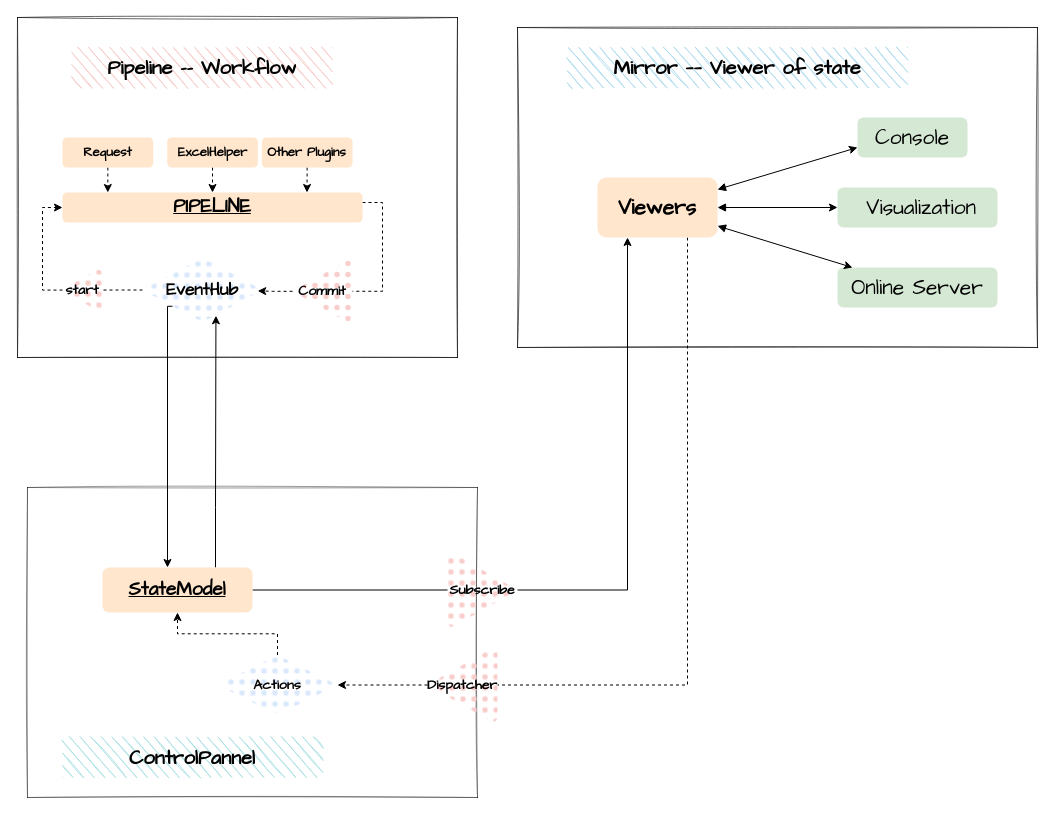
Before: jspider.drawio in KonghaYao/jspider, a draw.io diagram. Source tidied: cells renumbered, new cells numbered last; positions are measured from the earlier drawing's top-left corner, leaving out a move shared by most shapes. Both pictures are drawn from the tidied source at 100%, with x=0, y=0 at pixel (17, 17).
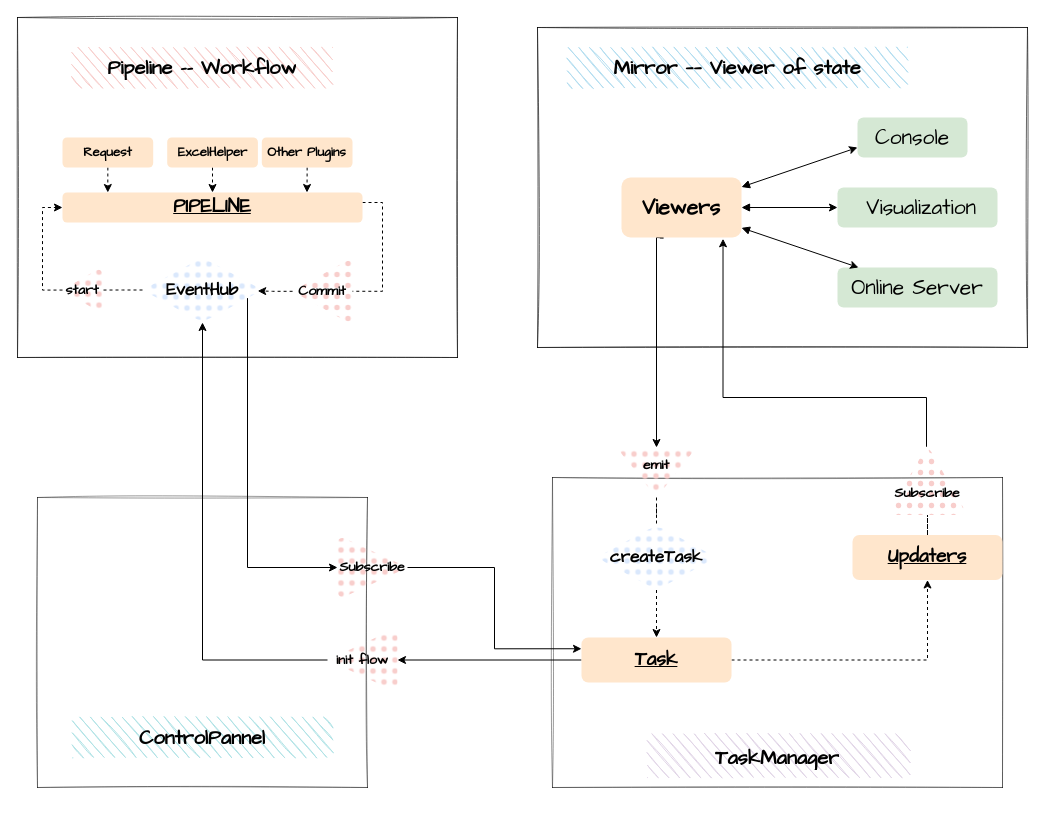
Above is the later version.

The change refers to these unchanged cells:
```xml
<mxCell id="23" value="EventHub" style="rhombus;whiteSpace=wrap;html=1;fillColor=#dae8fc;rounded=1;fontFamily=Comic Sans MS;fontSize=17;fontStyle=1;strokeWidth=1;sketch=0;fillWeight=2;hachureGap=8;fillStyle=dots;strokeColor=none;" parent="1" vertex="1">
  <mxGeometry x="125" y="240" width="120" height="65" as="geometry" />
</mxCell>
```

Diff of the diagram source:
```diff
@@
+    <mxCell id="42" style="rounded=0;whiteSpace=wrap;html=1;labelBackgroundColor=none;sketch=1;fontSize=13;strokeWidth=1;align=center;verticalAlign=middle;opacity=40;perimeterSpacing=1;fillColor=none;" parent="1" vertex="1">
+      <mxGeometry x="535" y="460" width="450" height="310" as="geometry" />
+    </mxCell>
     <mxCell id="2" style="rounded=0;whiteSpace=wrap;html=1;labelBackgroundColor=none;sketch=1;fontSize=13;strokeWidth=1;align=center;verticalAlign=middle;opacity=40;perimeterSpacing=1;fillColor=none;" parent="1" vertex="1">
-      <mxGeometry x="10" y="470" width="450" height="310" as="geometry" />
+      <mxGeometry x="20" y="480" width="330" height="290" as="geometry" />
     </mxCell>
     <mxCell id="3" style="rounded=0;whiteSpace=wrap;html=1;strokeWidth=1;sketch=1;fontSize=13;opacity=60;perimeterSpacing=1;fillColor=none;" parent="1" vertex="1">
-      <mxGeometry x="500" y="10" width="520" height="320" as="geometry" />
+      <mxGeometry x="520" y="10" width="490" height="320" as="geometry" />
     </mxCell>
@@
-    <mxCell id="10" style="edgeStyle=orthogonalEdgeStyle;rounded=0;sketch=0;jettySize=auto;html=1;entryX=0;entryY=0.5;entryDx=0;entryDy=0;dashed=1;startArrow=none;startFill=0;endArrow=none;endFill=0;endSize=6;strokeColor=#000000;strokeWidth=1;" parent="1" edge="1" source="11" target="20">
-      <mxGeometry relative="1" as="geometry">
-        <Array as="points">
-          <mxPoint x="670" y="668" />
-        </Array>
-      </mxGeometry>
-    </mxCell>
+    <mxCell id="43" style="edgeStyle=orthogonalEdgeStyle;rounded=0;jettySize=auto;html=1;entryX=0;entryY=0.5;entryDx=0;entryDy=0;exitX=0.32;exitY=1.007;exitDx=0;exitDy=0;exitPerimeter=0;" parent="1" edge="1" source="11" target="50">
+      <mxGeometry relative="1" as="geometry">
+        <Array as="points">
+          <mxPoint x="646" y="220" />
+          <mxPoint x="639" y="220" />
+        </Array>
+      </mxGeometry>
+    </mxCell>
     <mxCell id="11" value="Viewers" style="whiteSpace=wrap;html=1;strokeWidth=2;fillWeight=4;hachureGap=8;hachureAngle=45;fillColor=#ffe6cc;fontFamily=Comic Sans MS;fontSize=21;sketch=0;rounded=1;fontStyle=1;strokeColor=none;" parent="1" vertex="1">
-      <mxGeometry x="580" y="160" width="120" height="60" as="geometry" />
+      <mxGeometry x="604" y="160" width="120" height="60" as="geometry" />
     </mxCell>
@@
-    <mxCell id="13" style="edgeStyle=orthogonalEdgeStyle;rounded=0;sketch=0;jettySize=auto;html=1;entryX=1;entryY=0.5;entryDx=0;entryDy=0;dashed=1;startArrow=none;startFill=0;endArrow=classic;endFill=1;endSize=6;strokeColor=#000000;strokeWidth=1;exitX=1;exitY=0.5;exitDx=0;exitDy=0;" parent="1" edge="1" source="20" target="16">
-      <mxGeometry relative="1" as="geometry" />
-    </mxCell>
-    <mxCell id="14" style="edgeStyle=orthogonalEdgeStyle;rounded=0;jettySize=auto;html=1;entryX=0;entryY=0.5;entryDx=0;entryDy=0;endArrow=none;endFill=0;endSize=6;strokeWidth=1;exitX=1;exitY=0.5;exitDx=0;exitDy=0;" parent="1" edge="1" source="34" target="19">
-      <mxGeometry relative="1" as="geometry" />
-    </mxCell>
-    <mxCell id="15" style="edgeStyle=orthogonalEdgeStyle;rounded=0;sketch=0;jettySize=auto;html=1;entryX=0.5;entryY=1;entryDx=0;entryDy=0;dashed=1;startArrow=none;startFill=0;endArrow=classic;endFill=1;endSize=6;strokeColor=#000000;strokeWidth=1;" parent="1" edge="1" source="16" target="34">
-      <mxGeometry relative="1" as="geometry" />
-    </mxCell>
-    <mxCell id="16" value="Actions" style="rhombus;whiteSpace=wrap;html=1;fillColor=#dae8fc;rounded=1;fontFamily=Comic Sans MS;fontSize=14;fontStyle=1;strokeWidth=1;sketch=0;fillWeight=2;hachureGap=8;fillStyle=dots;strokeColor=none;" parent="1" vertex="1">
-      <mxGeometry x="200" y="637.5" width="120" height="60" as="geometry" />
-    </mxCell>
     <mxCell id="17" value="ControlPannel" style="text;html=1;align=center;verticalAlign=middle;whiteSpace=wrap;overflow=hidden;rounded=0;sketch=1;fontFamily=Comic Sans MS;fontSize=20;fontStyle=1;fillColor=#b0e3e6;strokeWidth=2;perimeterSpacing=1;direction=east;hachureAngle=41;" parent="1" vertex="1">
-      <mxGeometry x="45" y="720" width="260" height="40" as="geometry" />
+      <mxGeometry x="55" y="700" width="260" height="40" as="geometry" />
     </mxCell>
-    <mxCell id="18" style="edgeStyle=orthogonalEdgeStyle;rounded=0;jettySize=auto;html=1;entryX=0.25;entryY=1;entryDx=0;entryDy=0;fontSize=13;endArrow=classic;endFill=1;endSize=6;strokeWidth=1;" parent="1" edge="1" source="19" target="11">
-      <mxGeometry relative="1" as="geometry" />
+    <mxCell id="18" style="edgeStyle=orthogonalEdgeStyle;rounded=0;jettySize=auto;html=1;entryX=0.846;entryY=1.021;entryDx=0;entryDy=0;entryPerimeter=0;" parent="1" edge="1" source="19" target="11">
+      <mxGeometry relative="1" as="geometry">
+        <Array as="points">
+          <mxPoint x="909" y="380" />
+          <mxPoint x="706" y="380" />
+        </Array>
+      </mxGeometry>
     </mxCell>
-    <mxCell id="19" value="Subscribe" style="triangle;whiteSpace=wrap;html=1;sketch=0;strokeWidth=1;fillColor=#f8cecc;rounded=1;fontFamily=Comic Sans MS;fontSize=14;fontStyle=1;fillWeight=2;hachureGap=8;fillStyle=dots;strokeColor=none;" parent="1" vertex="1">
-      <mxGeometry x="430" y="532.5" width="70" height="80" as="geometry" />
+    <mxCell id="19" value="Subscribe" style="triangle;whiteSpace=wrap;html=1;sketch=0;strokeWidth=1;fillColor=#f8cecc;rounded=1;fontFamily=Comic Sans MS;fontSize=14;fontStyle=1;fillWeight=2;hachureGap=8;fillStyle=dots;strokeColor=none;direction=north;spacingTop=26;" parent="1" vertex="1">
+      <mxGeometry x="870" y="427.5" width="80" height="70" as="geometry" />
     </mxCell>
-    <mxCell id="20" value="Dispatcher" style="triangle;whiteSpace=wrap;html=1;sketch=0;strokeWidth=1;fillColor=#f8cecc;rounded=1;fontFamily=Comic Sans MS;fontSize=14;fontStyle=1;fillWeight=2;hachureGap=8;fillStyle=dots;strokeColor=none;direction=west;" parent="1" vertex="1">
-      <mxGeometry x="410" y="627.5" width="70" height="80" as="geometry" />
-    </mxCell>
@@
-    <mxCell id="22" style="edgeStyle=orthogonalEdgeStyle;rounded=0;jettySize=auto;html=1;exitX=0;exitY=1;exitDx=0;exitDy=0;fontSize=17;endArrow=classic;endFill=1;endSize=6;strokeWidth=1;" parent="1" edge="1" source="23" target="34">
-      <mxGeometry relative="1" as="geometry">
-        <Array as="points">
-          <mxPoint x="150" y="289" />
-        </Array>
-      </mxGeometry>
-    </mxCell>
+    <mxCell id="44" style="edgeStyle=orthogonalEdgeStyle;rounded=0;sketch=0;jettySize=auto;html=1;entryX=0;entryY=0.5;entryDx=0;entryDy=0;shadow=0;startArrow=none;startFill=0;endArrow=classic;endFill=1;" parent="1" edge="1" source="23" target="52">
+      <mxGeometry relative="1" as="geometry">
+        <Array as="points">
+          <mxPoint x="230" y="550" />
+        </Array>
+      </mxGeometry>
+    </mxCell>
@@
-    <mxCell id="33" style="edgeStyle=orthogonalEdgeStyle;rounded=0;jettySize=auto;html=1;entryX=0.612;entryY=0.896;entryDx=0;entryDy=0;entryPerimeter=0;fontSize=17;endArrow=classic;endFill=1;endSize=6;strokeWidth=1;" parent="1" edge="1" source="34" target="23">
-      <mxGeometry relative="1" as="geometry">
-        <Array as="points">
-          <mxPoint x="198" y="490" />
-          <mxPoint x="198" y="490" />
-        </Array>
-      </mxGeometry>
-    </mxCell>
+    <mxCell id="14" style="edgeStyle=orthogonalEdgeStyle;rounded=0;jettySize=auto;html=1;entryX=0;entryY=0.5;entryDx=0;entryDy=0;endArrow=none;endFill=0;dashed=1;" parent="1" edge="1" source="34" target="19">
+      <mxGeometry relative="1" as="geometry" />
+    </mxCell>
-    <mxCell id="34" value="StateModel" style="whiteSpace=wrap;html=1;strokeWidth=1;fillWeight=4;hachureGap=8;hachureAngle=45;fillColor=#ffe6cc;fontFamily=Comic Sans MS;fontSize=19;sketch=0;rounded=1;fontStyle=5;strokeColor=none;align=center;" parent="1" vertex="1">
-      <mxGeometry x="85" y="550" width="150" height="45" as="geometry" />
+    <mxCell id="34" value="Updaters" style="whiteSpace=wrap;html=1;strokeWidth=1;fillWeight=4;hachureGap=8;hachureAngle=45;fillColor=#ffe6cc;fontFamily=Comic Sans MS;fontSize=19;sketch=0;rounded=1;fontStyle=5;strokeColor=none;align=center;" parent="1" vertex="1">
+      <mxGeometry x="835" y="517.5" width="150" height="45" as="geometry" />
     </mxCell>
+    <mxCell id="45" value="TaskManager" style="text;html=1;align=center;verticalAlign=middle;whiteSpace=wrap;overflow=hidden;rounded=0;sketch=1;fontFamily=Comic Sans MS;fontSize=20;fontStyle=1;fillColor=#e1d5e7;strokeWidth=2;perimeterSpacing=1;direction=east;hachureAngle=41;" parent="1" vertex="1">
+      <mxGeometry x="630" y="720" width="260" height="40" as="geometry" />
+    </mxCell>
+    <mxCell id="46" style="edgeStyle=orthogonalEdgeStyle;rounded=0;jettySize=auto;html=1;dashed=1;" parent="1" edge="1" source="48" target="34">
+      <mxGeometry relative="1" as="geometry" />
+    </mxCell>
+    <mxCell id="47" style="edgeStyle=orthogonalEdgeStyle;rounded=0;sketch=0;jettySize=auto;html=1;entryX=0;entryY=0.5;entryDx=0;entryDy=0;shadow=0;startArrow=none;startFill=0;endArrow=classic;endFill=1;" parent="1" edge="1" source="48" target="54">
+      <mxGeometry relative="1" as="geometry" />
+    </mxCell>
+    <mxCell id="48" value="Task" style="whiteSpace=wrap;html=1;strokeWidth=1;fillWeight=4;hachureGap=8;hachureAngle=45;fillColor=#ffe6cc;fontFamily=Comic Sans MS;fontSize=19;sketch=0;rounded=1;fontStyle=5;strokeColor=none;align=center;" parent="1" vertex="1">
+      <mxGeometry x="564" y="620" width="150" height="45" as="geometry" />
+    </mxCell>
+    <mxCell id="49" style="edgeStyle=orthogonalEdgeStyle;rounded=0;jettySize=auto;html=1;endArrow=none;endFill=0;dashed=1;" parent="1" edge="1" source="50" target="56">
+      <mxGeometry relative="1" as="geometry" />
+    </mxCell>
+    <mxCell id="50" value="emit" style="triangle;whiteSpace=wrap;html=1;sketch=0;strokeWidth=1;fillColor=#f8cecc;rounded=1;fontFamily=Comic Sans MS;fontSize=14;fontStyle=1;fillWeight=2;hachureGap=8;fillStyle=dots;strokeColor=none;direction=south;spacingBottom=14;" parent="1" vertex="1">
+      <mxGeometry x="599" y="430" width="80" height="50" as="geometry" />
+    </mxCell>
+    <mxCell id="51" style="edgeStyle=orthogonalEdgeStyle;rounded=0;sketch=0;jettySize=auto;html=1;entryX=0;entryY=0.25;entryDx=0;entryDy=0;shadow=0;startArrow=none;startFill=0;endArrow=classic;endFill=1;" parent="1" edge="1" source="52" target="48">
+      <mxGeometry relative="1" as="geometry" />
+    </mxCell>
+    <mxCell id="52" value="Subscribe" style="triangle;whiteSpace=wrap;html=1;sketch=0;strokeWidth=1;fillColor=#f8cecc;rounded=1;fontFamily=Comic Sans MS;fontSize=14;fontStyle=1;fillWeight=2;hachureGap=8;fillStyle=dots;strokeColor=none;direction=east;" parent="1" vertex="1">
+      <mxGeometry x="320" y="517.5" width="70" height="65" as="geometry" />
+    </mxCell>
+    <mxCell id="53" style="edgeStyle=orthogonalEdgeStyle;rounded=0;sketch=0;jettySize=auto;html=1;entryX=0.5;entryY=1;entryDx=0;entryDy=0;shadow=0;startArrow=none;startFill=0;endArrow=classic;endFill=1;" parent="1" edge="1" source="54" target="23">
+      <mxGeometry relative="1" as="geometry" />
+    </mxCell>
+    <mxCell id="54" value="init flow" style="triangle;whiteSpace=wrap;html=1;sketch=0;strokeWidth=1;fillColor=#f8cecc;rounded=1;fontFamily=Comic Sans MS;fontSize=14;fontStyle=1;fillWeight=2;hachureGap=8;fillStyle=dots;strokeColor=none;direction=west;" parent="1" vertex="1">
+      <mxGeometry x="310" y="610" width="70" height="65" as="geometry" />
+    </mxCell>
+    <mxCell id="55" style="edgeStyle=orthogonalEdgeStyle;rounded=0;jettySize=auto;html=1;endArrow=classic;endFill=1;dashed=1;" parent="1" edge="1" source="56" target="48">
+      <mxGeometry relative="1" as="geometry" />
+    </mxCell>
+    <mxCell id="56" value="createTask" style="rhombus;whiteSpace=wrap;html=1;fillColor=#dae8fc;rounded=1;fontFamily=Comic Sans MS;fontSize=17;fontStyle=1;strokeWidth=1;sketch=0;fillWeight=2;hachureGap=8;fillStyle=dots;strokeColor=none;" parent="1" vertex="1">
+      <mxGeometry x="579" y="507.5" width="120" height="65" as="geometry" />
+    </mxCell>
```
